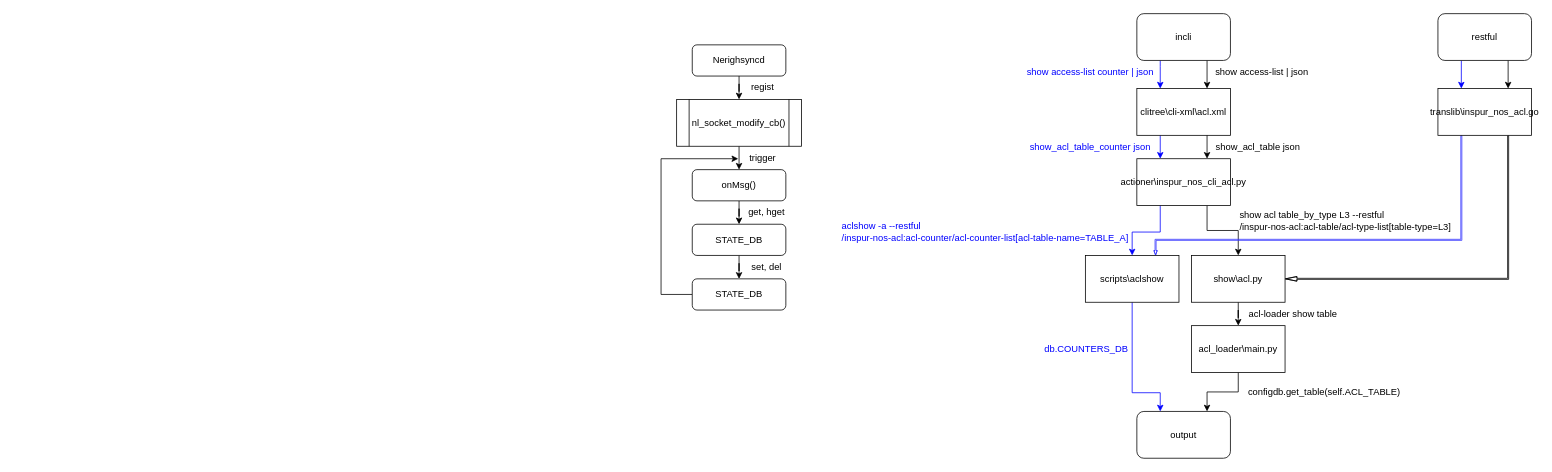
This is 未命名绘图.drawio from christ7622/GGYY, a draw.io file, before an edit. Source tidied: cells renumbered, new cells numbered last; positions are measured from the earlier drawing's top-left corner, leaving out a move shared by most shapes. Both pictures are drawn from the tidied source at 78%, with x=0, y=0 at pixel (661, 13).
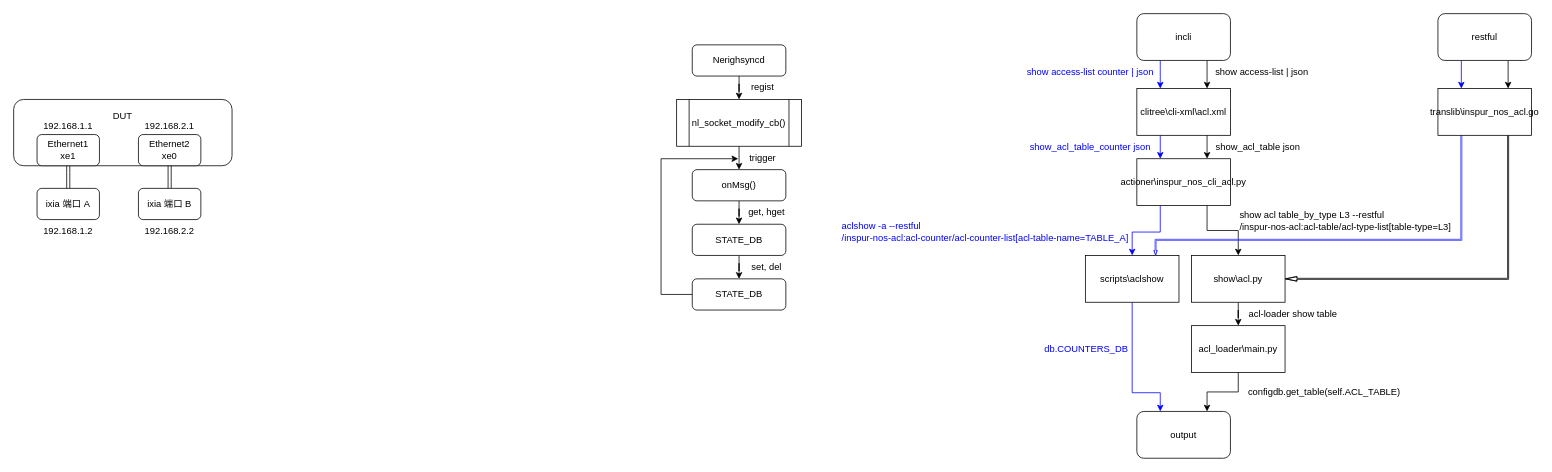
After the change.

Commit message:
更新未命名绘图.drawio

Change to the diagram source:
```diff
@@
+    <mxCell id="47" value="ixia 端口 A" style="rounded=1;whiteSpace=wrap;html=1;" parent="1" vertex="1">
+      <mxGeometry x="-800" y="224" width="80" height="40" as="geometry" />
+    </mxCell>
+    <mxCell id="48" value="DUT&lt;br&gt;&lt;br&gt;&lt;br&gt;&lt;br&gt;" style="rounded=1;whiteSpace=wrap;html=1;" parent="1" vertex="1">
+      <mxGeometry x="-830" y="110" width="280" height="85" as="geometry" />
+    </mxCell>
+    <mxCell id="49" style="edgeStyle=orthogonalEdgeStyle;rounded=0;jettySize=auto;html=1;shape=link;" parent="1" edge="1" source="50" target="47">
+      <mxGeometry relative="1" as="geometry" />
+    </mxCell>
+    <mxCell id="50" value="Ethernet1&lt;br&gt;xe1" style="rounded=1;whiteSpace=wrap;html=1;" parent="1" vertex="1">
+      <mxGeometry x="-800" y="155" width="80" height="40" as="geometry" />
+    </mxCell>
+    <mxCell id="51" value="Ethernet2&lt;br&gt;xe0" style="rounded=1;whiteSpace=wrap;html=1;" parent="1" vertex="1">
+      <mxGeometry x="-670" y="155" width="80" height="40" as="geometry" />
+    </mxCell>
+    <mxCell id="52" style="edgeStyle=orthogonalEdgeStyle;shape=link;rounded=0;jettySize=auto;html=1;" parent="1" edge="1" source="53" target="51">
+      <mxGeometry relative="1" as="geometry" />
+    </mxCell>
+    <mxCell id="53" value="ixia 端口 B" style="rounded=1;whiteSpace=wrap;html=1;" parent="1" vertex="1">
+      <mxGeometry x="-670" y="224" width="80" height="40" as="geometry" />
+    </mxCell>
+    <mxCell id="54" value="192.168.1.1" style="text;html=1;strokeColor=none;fillColor=none;align=center;verticalAlign=middle;whiteSpace=wrap;rounded=0;shadow=1;" parent="1" vertex="1">
+      <mxGeometry x="-790" y="130" width="60" height="30" as="geometry" />
+    </mxCell>
+    <mxCell id="55" value="192.168.2.1" style="text;html=1;strokeColor=none;fillColor=none;align=center;verticalAlign=middle;whiteSpace=wrap;rounded=0;shadow=1;" parent="1" vertex="1">
+      <mxGeometry x="-660" y="130" width="60" height="30" as="geometry" />
+    </mxCell>
+    <mxCell id="56" value="192.168.1.2" style="text;html=1;strokeColor=none;fillColor=none;align=center;verticalAlign=middle;whiteSpace=wrap;rounded=0;shadow=1;" parent="1" vertex="1">
+      <mxGeometry x="-790" y="264" width="60" height="30" as="geometry" />
+    </mxCell>
+    <mxCell id="57" value="192.168.2.2" style="text;html=1;strokeColor=none;fillColor=none;align=center;verticalAlign=middle;whiteSpace=wrap;rounded=0;shadow=1;" parent="1" vertex="1">
+      <mxGeometry x="-665" y="264" width="70" height="30" as="geometry" />
+    </mxCell>
```
